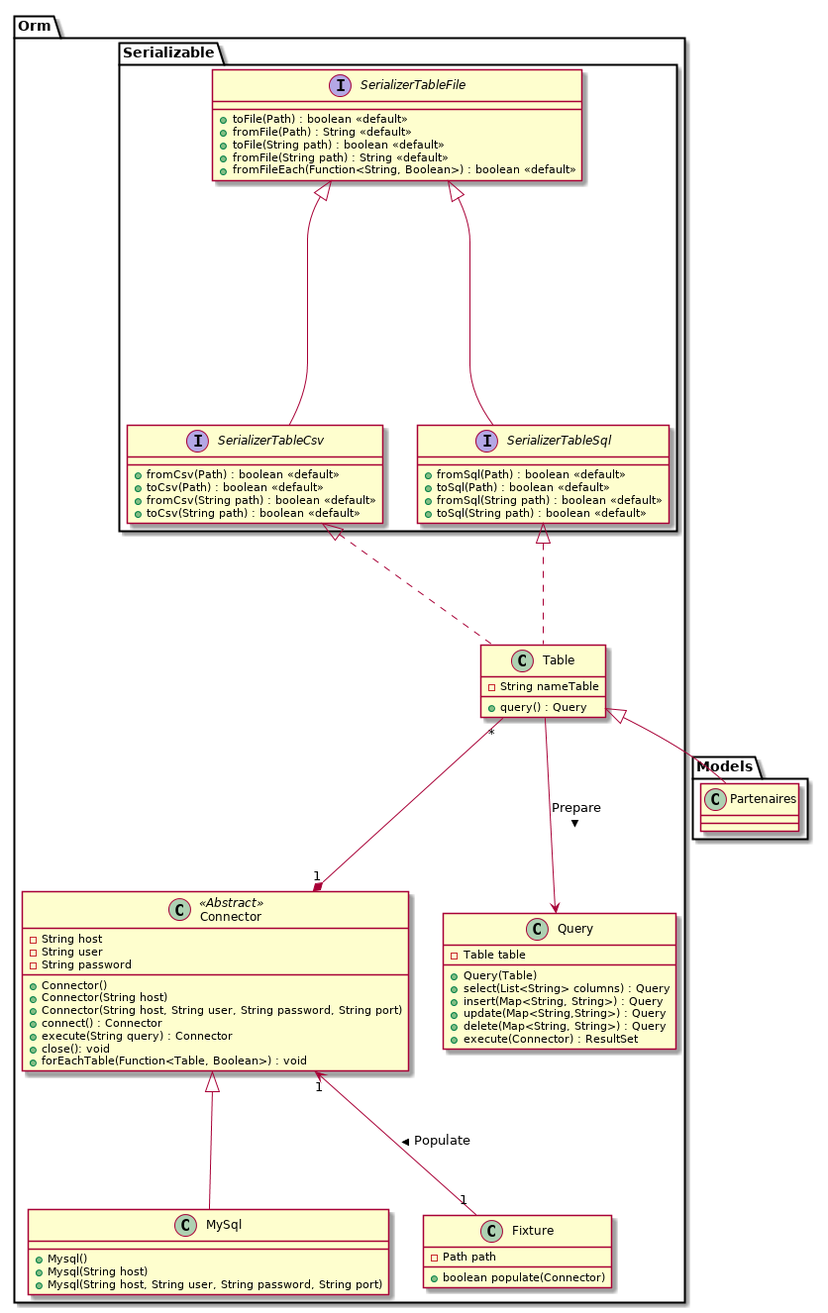
Izanami/autoconcept-app keeps this PlantUML diagram as doc/class/models.png. Above is the earlier version.
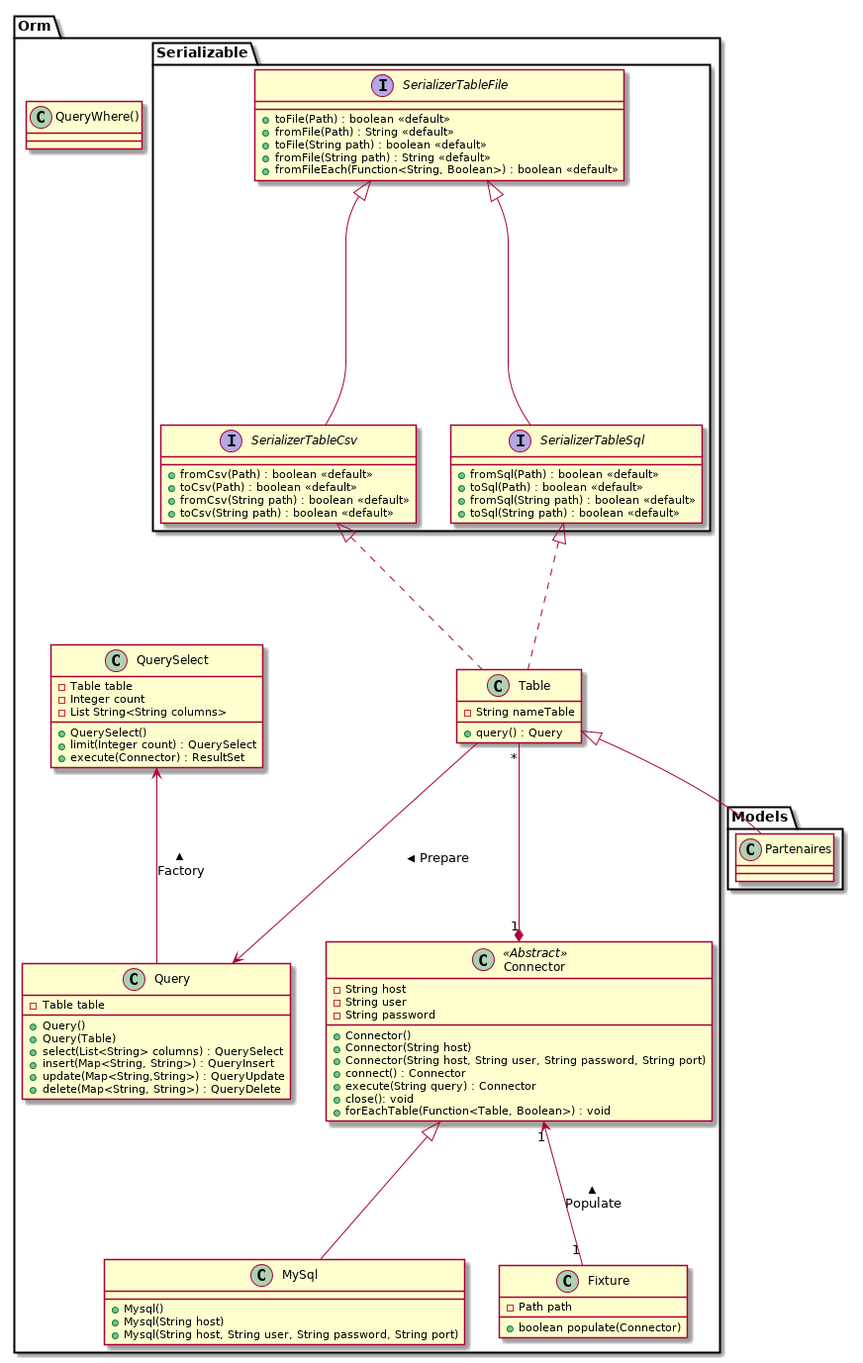
The same diagram one commit later.

Commit message:
UML :  Query

What changed in the source:
```diff
@@ -51,12 +51,26 @@
 class Query {
     - Table table
 
+    + Query()
     + Query(Table)
 
-    + select(List<String> columns) : Query
-    + insert(Map<String, String>) : Query
-    + update(Map<String,String>) : Query
-    + delete(Map<String, String>) : Query
+    + select(List<String> columns) : QuerySelect
+    + insert(Map<String, String>) : QueryInsert
+    + update(Map<String,String>) : QueryUpdate
+    + delete(Map<String, String>) : QueryDelete
+}
+
+class QueryWhere() {
+}
+
+class QuerySelect {
+    - Table table
+    - Integer count
+    - List String<String columns>
+
+    + QuerySelect()
+
+    + limit(Integer count) : QuerySelect
     + execute(Connector) : ResultSet
 }
 
@@ -75,6 +89,8 @@
 Table --> Query : Prepare >
 Connector "1" <-- "1" Fixture : Populate <
 
+QuerySelect <-- Query : Factory <
+
 SerializerTableSql  <|.. Table
 SerializerTableCsv  <|.. Table
 SerializerTableFile  <|-- SerializerTableCsv
```
